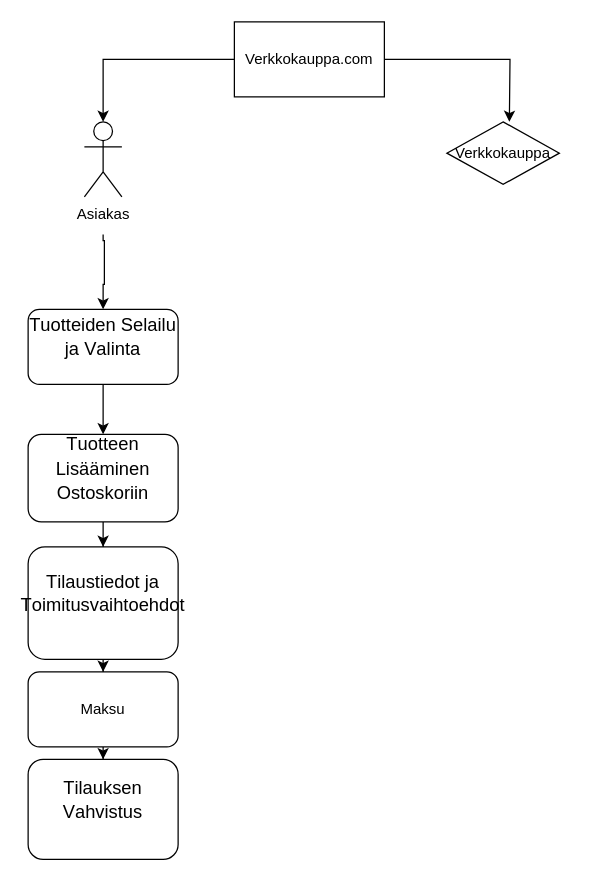
This is Nimetön kaavio.drawio from jry2014/Kotkantien-maalaus, a draw.io file, before an edit. Source tidied: cells renumbered, new cells numbered last; positions are measured from the earlier drawing's top-left corner, leaving out a move shared by most shapes. Both pictures are drawn from the tidied source at 125%, with x=0, y=0 at pixel (28, 21).
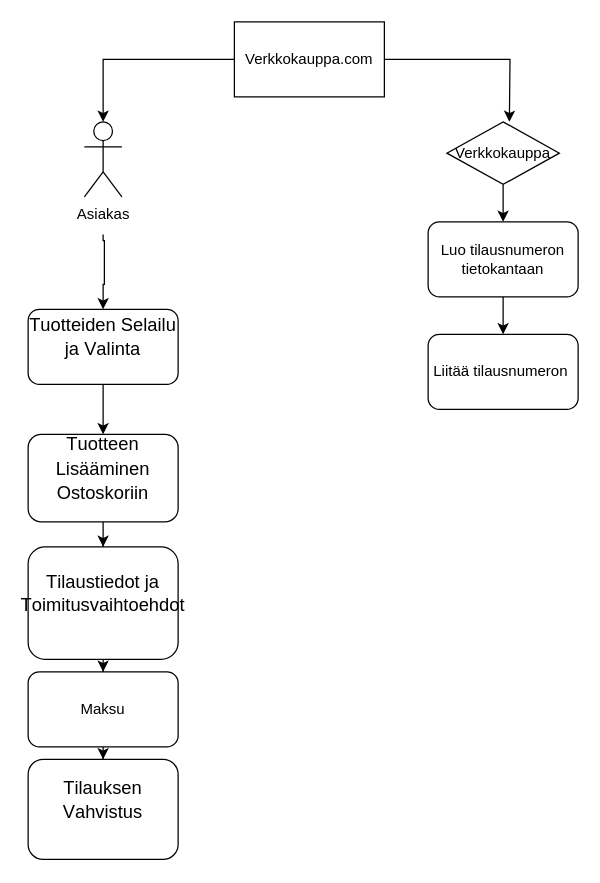
After the change.

Unchanged cells that the change refers to:
```xml
<mxCell id="7" value="Verkkokauppa" style="rhombus;whiteSpace=wrap;html=1;" parent="1" vertex="1">
  <mxGeometry x="335" y="80" width="90" height="50" as="geometry" />
</mxCell>
```

Change to the diagram source:
```diff
@@
+    <mxCell id="18" style="edgeStyle=orthogonalEdgeStyle;rounded=0;jettySize=auto;html=1;" parent="1" edge="1" source="7" target="20">
+      <mxGeometry relative="1" as="geometry" />
+    </mxCell>
@@
+    <mxCell id="19" style="edgeStyle=orthogonalEdgeStyle;rounded=0;jettySize=auto;html=1;" parent="1" edge="1" source="20" target="21">
+      <mxGeometry relative="1" as="geometry" />
+    </mxCell>
+    <mxCell id="20" value="Luo tilausnumeron tietokantaan" style="rounded=1;whiteSpace=wrap;html=1;" parent="1" vertex="1">
+      <mxGeometry x="320" y="160" width="120" height="60" as="geometry" />
+    </mxCell>
+    <mxCell id="21" value="Liitää tilausnumeron&amp;nbsp;" style="rounded=1;whiteSpace=wrap;html=1;" parent="1" vertex="1">
+      <mxGeometry x="320" y="250" width="120" height="60" as="geometry" />
+    </mxCell>
```
